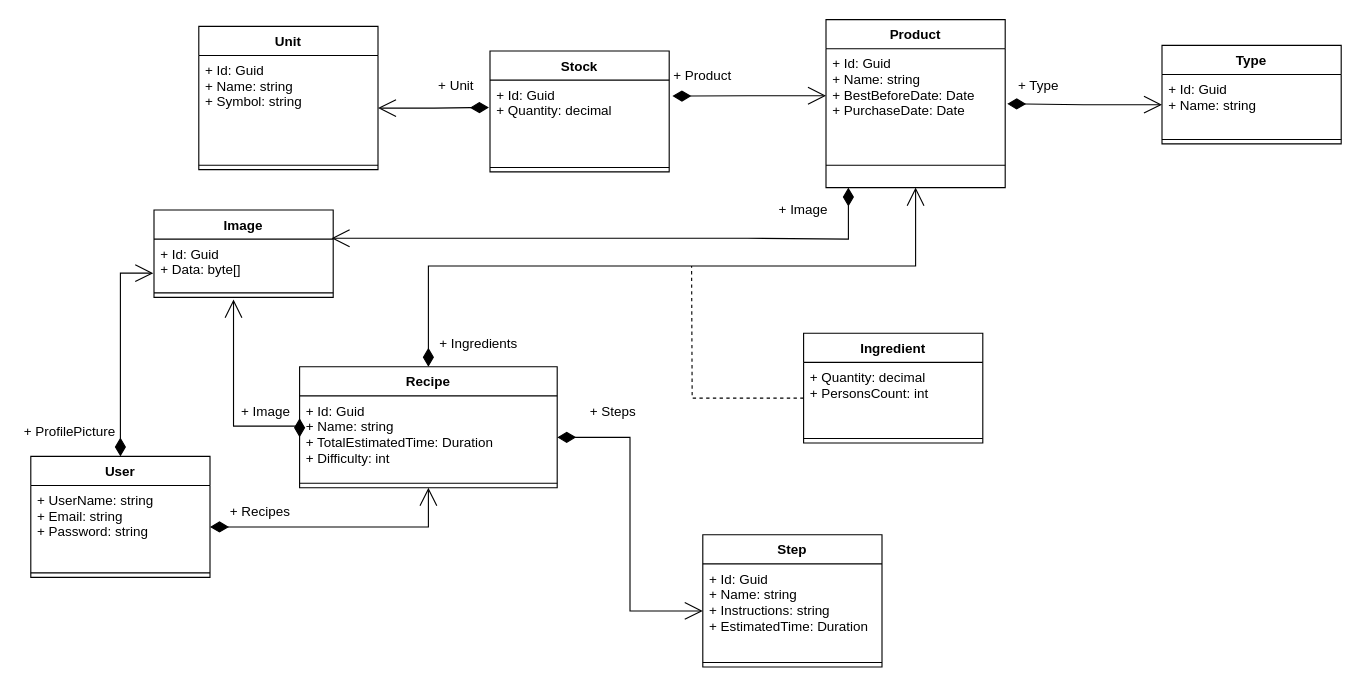
ForkEat/docs keeps this draw.io diagram as datamodel-fork-eat.drawio. Above is the earlier version. Source tidied: cells renumbered, new cells numbered last; positions are measured from the earlier drawing's top-left corner, leaving out a move shared by most shapes. Both pictures are drawn from the tidied source at 112%, with x=0, y=0 at pixel (19, 19).
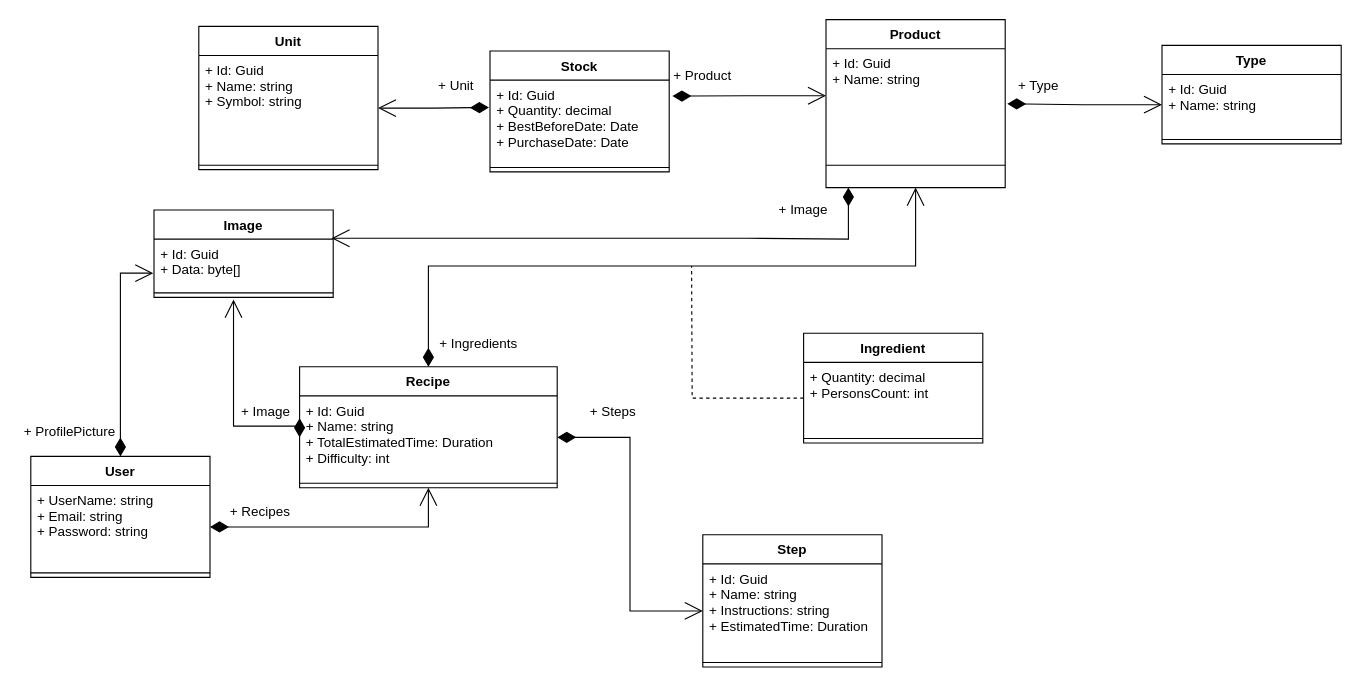
Above is the later version.

Commit message (it also covers changes not shown here):
update datamodel for bbefore date

Unchanged cells that the change refers to:
```xml
<mxCell id="3" value="Product" style="swimlane;fontStyle=1;align=center;verticalAlign=top;horizontal=1;startSize=26;" parent="1" vertex="1">
  <mxGeometry x="720" width="160" height="150" as="geometry" />
</mxCell>
<mxCell id="6" value="Stock" style="swimlane;fontStyle=1;align=center;verticalAlign=top;horizontal=1;startSize=26;" parent="1" vertex="1">
  <mxGeometry x="420" y="28" width="160" height="108" as="geometry" />
</mxCell>
```

What changed in the source:
```diff
@@
-    <mxCell id="4" value="+ Id: Guid&#10;+ Name: string&#10;+ BestBeforeDate: Date&#10;+ PurchaseDate: Date" style="text;strokeColor=none;fillColor=none;align=left;verticalAlign=top;spacingLeft=4;spacingRight=4;overflow=hidden;points=[[0,0.5],[1,0.5]];portConstraint=eastwest;" parent="3" vertex="1">
+    <mxCell id="4" value="+ Id: Guid&#10;+ Name: string&#10;" style="text;strokeColor=none;fillColor=none;align=left;verticalAlign=top;spacingLeft=4;spacingRight=4;overflow=hidden;points=[[0,0.5],[1,0.5]];portConstraint=eastwest;" parent="3" vertex="1">
       <mxGeometry y="26" width="160" height="84" as="geometry" />
     </mxCell>
@@
-    <mxCell id="7" value="+ Id: Guid&#10;+ Quantity: decimal" style="text;strokeColor=none;fillColor=none;align=left;verticalAlign=top;spacingLeft=4;spacingRight=4;overflow=hidden;points=[[0,0.5],[1,0.5]];portConstraint=eastwest;" parent="6" vertex="1">
+    <mxCell id="7" value="+ Id: Guid&#10;+ Quantity: decimal&#10;+ BestBeforeDate: Date&#10;+ PurchaseDate: Date" style="text;strokeColor=none;fillColor=none;align=left;verticalAlign=top;spacingLeft=4;spacingRight=4;overflow=hidden;points=[[0,0.5],[1,0.5]];portConstraint=eastwest;" parent="6" vertex="1">
       <mxGeometry y="26" width="160" height="74" as="geometry" />
     </mxCell>
```
